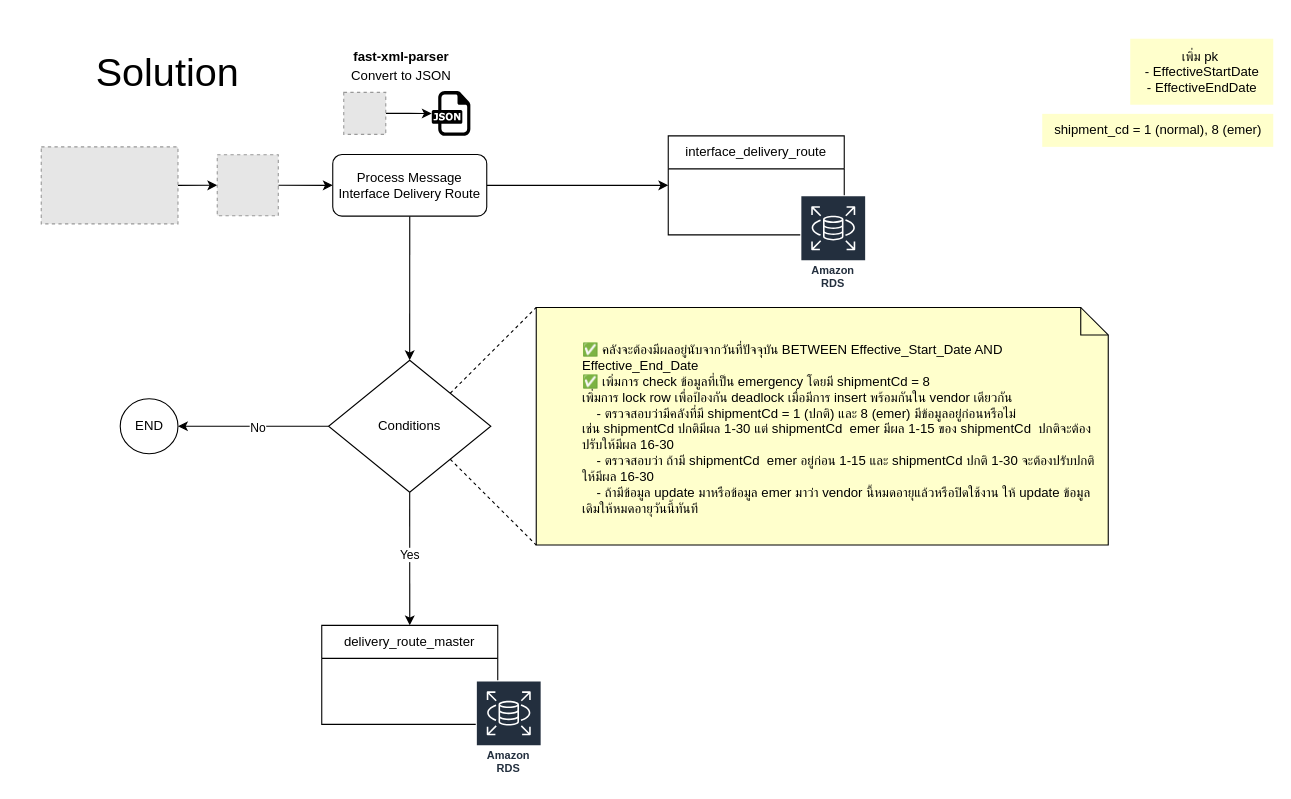
Earlier version of the draw.io diagram FINAL_interface_vender_delivery_route.drawio (peapong/draw.io-diagrams). Source tidied: cells renumbered, new cells numbered last; positions are measured from the earlier drawing's top-left corner, leaving out a move shared by most shapes. Both pictures are drawn from the tidied source at 110%, with x=0, y=0 at pixel (30, 38). Pictures stored in the file or linked from it are replaced by grey dashed boxes.
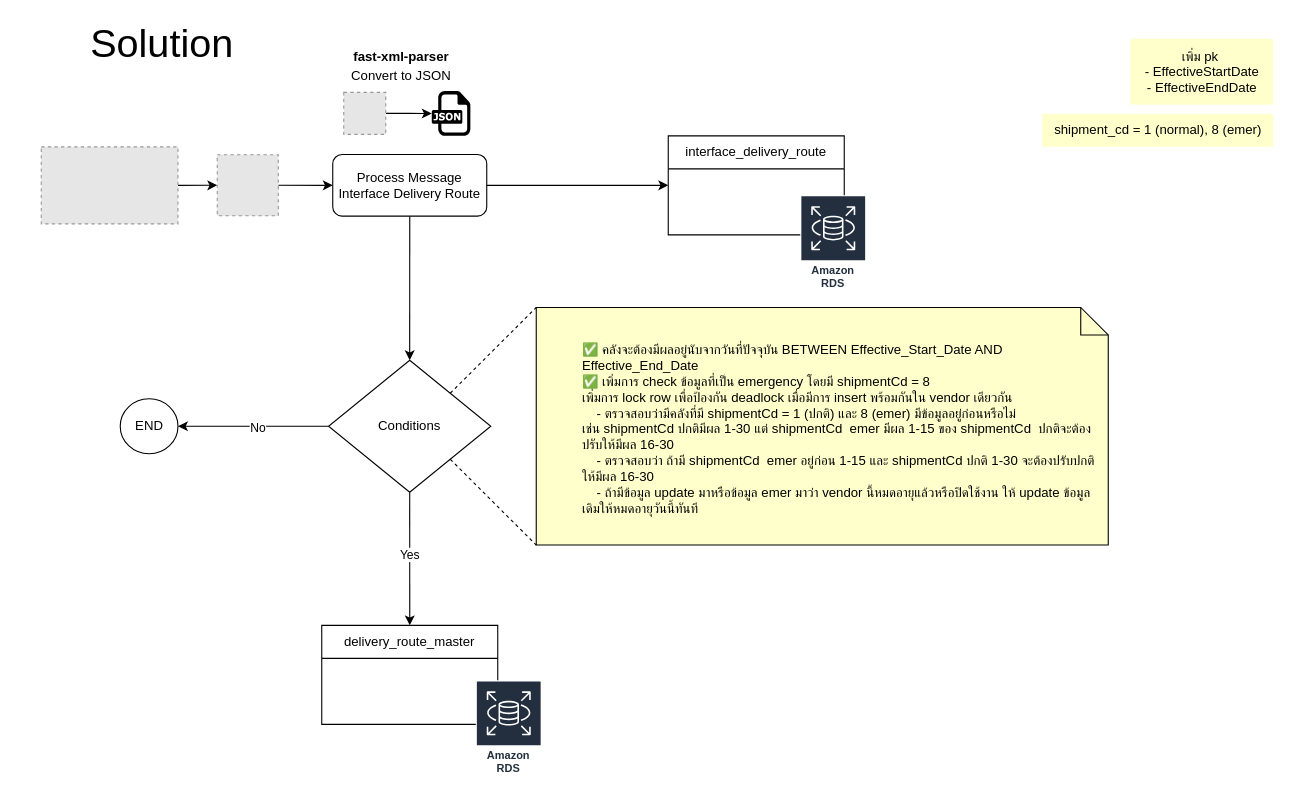
The same diagram, later.

The edit, as a diff of the source:
```diff
@@
-    <mxCell id="19" value="&lt;font style=&quot;font-size: 36px;&quot;&gt;Solution&amp;nbsp;&lt;/font&gt;" style="text;html=1;align=center;verticalAlign=middle;whiteSpace=wrap;rounded=0;" parent="1" vertex="1">
-      <mxGeometry y="14.7" width="260" height="30" as="geometry" />
+    <mxCell id="19" value="&lt;font style=&quot;font-size: 36px;&quot;&gt;Solution&lt;/font&gt;" style="text;html=1;align=center;verticalAlign=middle;whiteSpace=wrap;rounded=0;" parent="1" vertex="1">
+      <mxGeometry x="-10" y="-11.5" width="260" height="30" as="geometry" />
     </mxCell>
```
